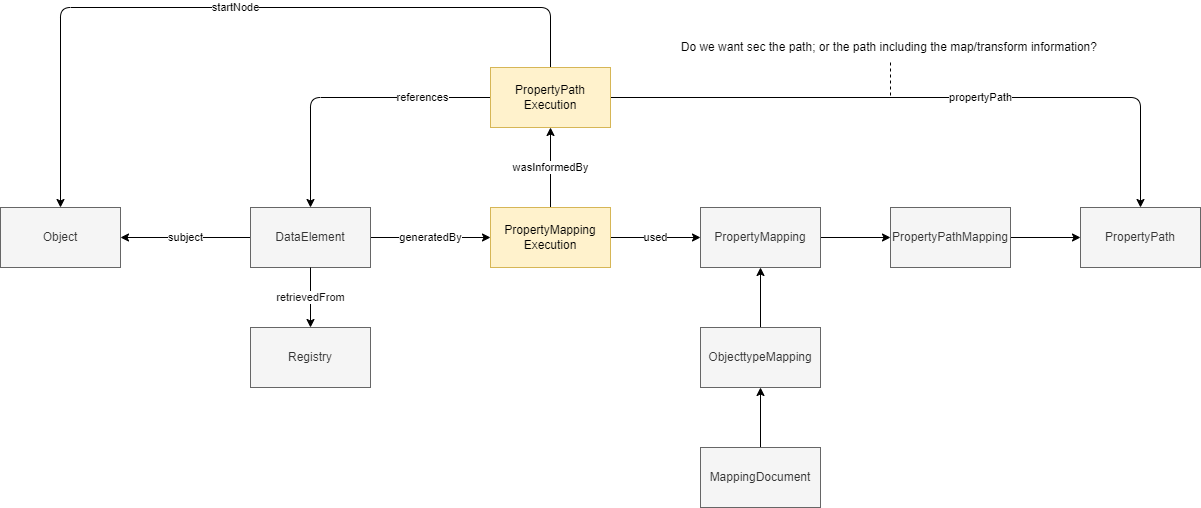
Earlier version of the draw.io export media/level4.1.png (Geonovum/IMX-LineageModel). Source tidied: cells renumbered, new cells last; positions are measured from the earlier drawing's top-left corner, leaving out a move shared by most shapes.
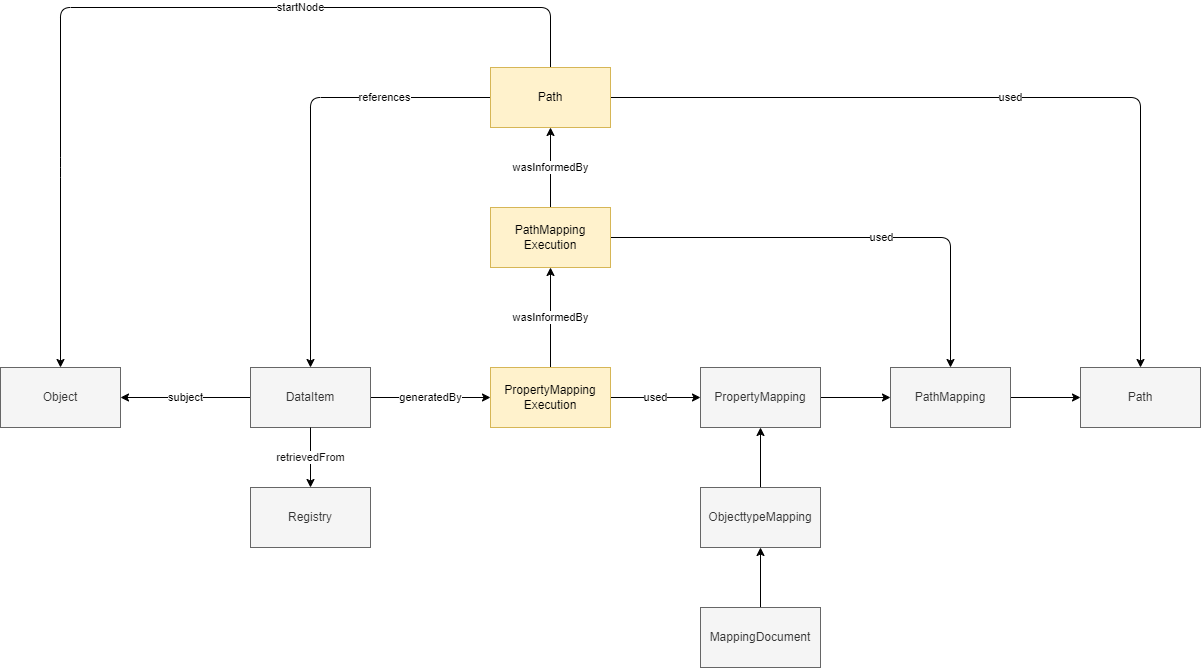
After the change.

What changed in the source:
```diff
@@ -26,7 +26,7 @@
     <mxCell id="9" value="Object" style="rounded=0;whiteSpace=wrap;html=1;fillColor=#f5f5f5;fontColor=#333333;strokeColor=#666666;" parent="1" vertex="1">
       <mxGeometry y="200" width="120" height="60" as="geometry" />
     </mxCell>
-    <mxCell id="10" value="DataElement" style="rounded=0;whiteSpace=wrap;html=1;fillColor=#f5f5f5;fontColor=#333333;strokeColor=#666666;" parent="1" vertex="1">
+    <mxCell id="10" value="DataItem" style="rounded=0;whiteSpace=wrap;html=1;fillColor=#f5f5f5;fontColor=#333333;strokeColor=#666666;" parent="1" vertex="1">
       <mxGeometry x="250" y="200" width="120" height="60" as="geometry" />
     </mxCell>
     <mxCell id="11" style="edgeStyle=none;html=1;" parent="1" edge="1" source="12" target="17">
@@ -38,10 +38,10 @@
     <mxCell id="13" style="edgeStyle=none;html=1;" parent="1" edge="1" source="14" target="15">
       <mxGeometry relative="1" as="geometry" />
     </mxCell>
-    <mxCell id="14" value="PropertyPathMapping" style="rounded=0;whiteSpace=wrap;html=1;fillColor=#f5f5f5;fontColor=#333333;strokeColor=#666666;" parent="1" vertex="1">
+    <mxCell id="14" value="PathMapping" style="rounded=0;whiteSpace=wrap;html=1;fillColor=#f5f5f5;fontColor=#333333;strokeColor=#666666;" parent="1" vertex="1">
       <mxGeometry x="890" y="200" width="120" height="60" as="geometry" />
     </mxCell>
-    <mxCell id="15" value="PropertyPath" style="rounded=0;whiteSpace=wrap;html=1;fillColor=#f5f5f5;fontColor=#333333;strokeColor=#666666;" parent="1" vertex="1">
+    <mxCell id="15" value="Path" style="rounded=0;whiteSpace=wrap;html=1;fillColor=#f5f5f5;fontColor=#333333;strokeColor=#666666;" parent="1" vertex="1">
       <mxGeometry x="1080" y="200" width="120" height="60" as="geometry" />
     </mxCell>
     <mxCell id="16" style="edgeStyle=none;html=1;entryX=0.5;entryY=1;entryDx=0;entryDy=0;" parent="1" edge="1" source="17" target="25">
@@ -50,31 +50,35 @@
     <mxCell id="17" value="ObjecttypeMapping" style="rounded=0;whiteSpace=wrap;html=1;fillColor=#f5f5f5;fontColor=#333333;strokeColor=#666666;" parent="1" vertex="1">
       <mxGeometry x="700" y="320" width="120" height="60" as="geometry" />
     </mxCell>
-    <mxCell id="18" value="propertyPath" style="edgeStyle=none;html=1;entryX=0.5;entryY=0;entryDx=0;entryDy=0;" parent="1" edge="1" source="21" target="15">
+    <mxCell id="18" value="used" style="edgeStyle=none;html=1;entryX=0.5;entryY=0;entryDx=0;entryDy=0;" parent="1" edge="1" source="21" target="14">
       <mxGeometry x="0.15" relative="1" as="geometry">
         <Array as="points">
-          <mxPoint x="1140" y="90" />
+          <mxPoint x="950" y="70" />
         </Array>
       </mxGeometry>
     </mxCell>
-    <mxCell id="19" value="references" style="edgeStyle=none;html=1;startArrow=none;" parent="1" edge="1" source="21" target="10">
+    <mxCell id="19" value="references" style="edgeStyle=none;html=1;startArrow=none;" parent="1" edge="1" source="26" target="10">
       <mxGeometry x="-0.52" relative="1" as="geometry">
         <Array as="points">
-          <mxPoint x="310" y="90" />
+          <mxPoint x="310" y="-70" />
         </Array>
         <mxPoint x="1" as="offset" />
       </mxGeometry>
     </mxCell>
-    <mxCell id="20" value="startNode" style="edgeStyle=none;html=1;" parent="1" edge="1" source="21" target="9">
-      <mxGeometry relative="1" as="geometry">
+    <mxCell id="20" value="startNode" style="edgeStyle=none;html=1;exitX=0.5;exitY=0;exitDx=0;exitDy=0;" parent="1" edge="1" source="26" target="9">
+      <mxGeometry x="-0.32" relative="1" as="geometry">
         <Array as="points">
-          <mxPoint x="550" />
+          <mxPoint x="550" y="-160" />
+          <mxPoint x="60" y="-160" />
           <mxPoint x="60" />
         </Array>
       </mxGeometry>
     </mxCell>
+    <mxCell id="28" value="wasInformedBy" style="edgeStyle=none;html=1;" parent="1" edge="1" source="21" target="26">
+      <mxGeometry relative="1" as="geometry" />
+    </mxCell>
-    <mxCell id="21" value="PropertyPath&lt;br&gt;Execution" style="whiteSpace=wrap;html=1;fillColor=#fff2cc;strokeColor=#d6b656;" parent="1" vertex="1">
-      <mxGeometry x="490" y="60" width="120" height="60" as="geometry" />
+    <mxCell id="21" value="PathMapping&lt;br&gt;Execution" style="whiteSpace=wrap;html=1;fillColor=#fff2cc;strokeColor=#d6b656;" parent="1" vertex="1">
+      <mxGeometry x="490" y="40" width="120" height="60" as="geometry" />
     </mxCell>
     <mxCell id="22" value="retrievedFrom" style="edgeStyle=none;html=1;fontColor=#121111;" parent="1" edge="1" source="10" target="23">
       <mxGeometry relative="1" as="geometry" />
@@ -88,13 +92,15 @@
     <mxCell id="25" value="PropertyMapping" style="rounded=0;whiteSpace=wrap;html=1;fillColor=#f5f5f5;fontColor=#333333;strokeColor=#666666;" parent="1" vertex="1">
       <mxGeometry x="700" y="200" width="120" height="60" as="geometry" />
     </mxCell>
+    <mxCell id="29" value="used" style="edgeStyle=none;html=1;" parent="1" edge="1" source="26" target="15">
+      <mxGeometry relative="1" as="geometry">
+        <Array as="points">
+          <mxPoint x="1140" y="-70" />
+        </Array>
+      </mxGeometry>
+    </mxCell>
-    <mxCell id="26" style="edgeStyle=none;html=1;endArrow=none;endFill=0;dashed=1;" parent="1" edge="1" source="27">
-      <mxGeometry relative="1" as="geometry">
-        <mxPoint x="890" y="90" as="targetPoint" />
-      </mxGeometry>
+    <mxCell id="26" value="Path" style="whiteSpace=wrap;html=1;fillColor=#fff2cc;strokeColor=#d6b656;" parent="1" vertex="1">
+      <mxGeometry x="490" y="-100" width="120" height="60" as="geometry" />
     </mxCell>
-    <mxCell id="27" value="Do we want sec the path; or the path including the map/transform information?&amp;nbsp;" style="text;html=1;align=center;verticalAlign=middle;points=[];strokeColor=none;fillColor=none;" parent="1" vertex="1">
-      <mxGeometry x="670" y="25" width="440" height="30" as="geometry" />
-    </mxCell>
   </root>
 </mxGraphModel>
```
